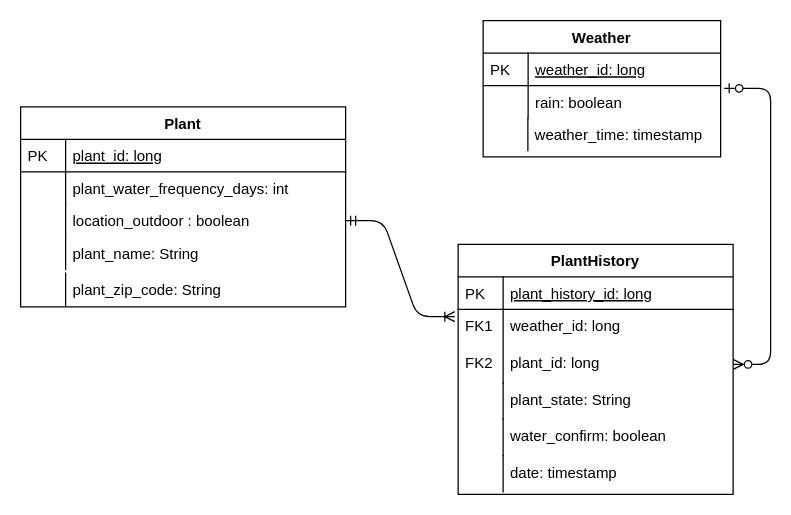
levisanchez/planta-dice keeps this draw.io diagram as docs/img/erd.drawio. Above is the earlier version. Source tidied: cells renumbered, new cells numbered last; positions are measured from the earlier drawing's top-left corner, leaving out a move shared by most shapes. Both pictures are drawn from the tidied source at 125%, with x=0, y=0 at pixel (20, 20).
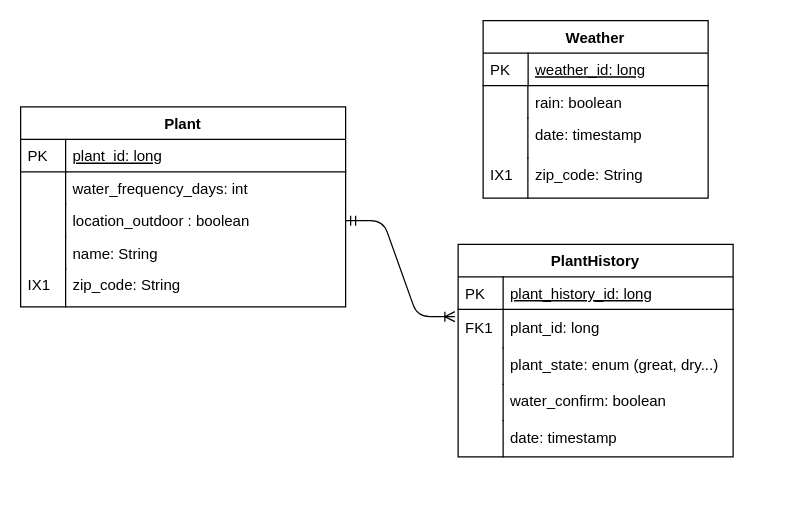
After the change.

Unchanged cells that the change refers to:
```xml
<mxCell id="17" value="Plant" style="swimlane;fontStyle=1;horizontal=1;startSize=26;rounded=0;shadow=0;strokeWidth=1;" parent="1" vertex="1">
  <mxGeometry y="69" width="260" height="160" as="geometry" />
</mxCell>
<mxCell id="22" value="location_outdoor : boolean" style="shape=partialRectangle;top=0;left=0;right=0;bottom=0;align=left;verticalAlign=top;fillColor=none;spacingLeft=40;spacingRight=4;overflow=hidden;points=[[0,0.5],[1,0.5]];portConstraint=eastwest;rounded=0;shadow=0;strokeWidth=1;" parent="17" vertex="1">
  <mxGeometry y="78" width="260" height="26" as="geometry" />
</mxCell>
```

Diff of the diagram source:
```diff
@@
-    <mxCell id="2" value="rain: boolean" style="shape=partialRectangle;top=0;left=0;right=0;bottom=0;align=left;verticalAlign=top;fillColor=none;spacingLeft=40;spacingRight=4;overflow=hidden;rounded=0;shadow=0;strokeWidth=1;" parent="1" vertex="1">
-      <mxGeometry x="370" y="52" width="160" height="26" as="geometry" />
-    </mxCell>
-    <mxCell id="3" style="shape=partialRectangle;top=0;left=0;bottom=0;fillColor=none;align=left;verticalAlign=top;spacingLeft=4;spacingRight=4;overflow=hidden;" parent="2" vertex="1">
-      <mxGeometry width="36" height="26" as="geometry" />
-    </mxCell>
-    <mxCell id="4" value="plant_zip_code: String" style="shape=partialRectangle;top=0;left=0;right=0;bottom=0;align=left;verticalAlign=top;fillColor=none;spacingLeft=40;spacingRight=4;overflow=hidden;rounded=0;shadow=0;strokeWidth=1;" parent="1" vertex="1">
-      <mxGeometry y="202" width="260" height="26" as="geometry" />
+    <mxCell id="4" value="zip_code: String" style="shape=partialRectangle;top=0;left=0;right=0;bottom=0;align=left;verticalAlign=top;fillColor=none;spacingLeft=40;spacingRight=4;overflow=hidden;rounded=0;shadow=0;strokeWidth=1;" parent="1" vertex="1">
+      <mxGeometry y="198" width="260" height="31" as="geometry" />
     </mxCell>
-    <mxCell id="5" style="shape=partialRectangle;top=0;left=0;bottom=0;fillColor=none;align=left;verticalAlign=top;spacingLeft=4;spacingRight=4;overflow=hidden;" parent="4" vertex="1">
-      <mxGeometry width="36" height="26" as="geometry" />
+    <mxCell id="5" value="IX1" style="shape=partialRectangle;top=0;left=0;bottom=0;fillColor=none;align=left;verticalAlign=top;spacingLeft=4;spacingRight=4;overflow=hidden;" parent="4" vertex="1">
+      <mxGeometry width="36" height="31" as="geometry" />
     </mxCell>
     <mxCell id="6" value="plant_id: long" style="shape=partialRectangle;top=0;left=0;right=0;bottom=0;align=left;verticalAlign=top;fillColor=none;spacingLeft=40;spacingRight=4;overflow=hidden;points=[[0,0.5],[1,0.5]];portConstraint=eastwest;rounded=0;shadow=0;strokeWidth=1;" parent="1" vertex="1">
-      <mxGeometry x="350" y="260" width="220" height="30" as="geometry" />
+      <mxGeometry x="350" y="232" width="220" height="30" as="geometry" />
     </mxCell>
-    <mxCell id="7" value="FK2" style="shape=partialRectangle;top=0;left=0;bottom=0;fillColor=none;align=left;verticalAlign=top;spacingLeft=4;spacingRight=4;overflow=hidden;" parent="6" vertex="1">
+    <mxCell id="7" value="FK1" style="shape=partialRectangle;top=0;left=0;bottom=0;fillColor=none;align=left;verticalAlign=top;spacingLeft=4;spacingRight=4;overflow=hidden;" parent="6" vertex="1">
       <mxGeometry width="36" height="30" as="geometry" />
     </mxCell>
     <mxCell id="8" value="Weather" style="swimlane;fontStyle=1;horizontal=1;startSize=26;rounded=0;shadow=0;strokeWidth=1;" parent="1" vertex="1">
-      <mxGeometry x="370" width="190" height="109" as="geometry" />
+      <mxGeometry x="370" width="180" height="142" as="geometry" />
     </mxCell>
     <mxCell id="9" value="weather_id: long" style="shape=partialRectangle;top=0;left=0;right=0;bottom=1;align=left;verticalAlign=top;fillColor=none;spacingLeft=40;spacingRight=4;overflow=hidden;points=[[0,0.5],[1,0.5]];portConstraint=eastwest;rounded=0;shadow=0;strokeWidth=1;fontStyle=4;" parent="8" vertex="1">
-      <mxGeometry y="26" width="190" height="26" as="geometry" />
+      <mxGeometry y="26" width="180" height="26" as="geometry" />
     </mxCell>
@@
+    <mxCell id="2" value="rain: boolean" style="shape=partialRectangle;top=0;left=0;right=0;bottom=0;align=left;verticalAlign=top;fillColor=none;spacingLeft=40;spacingRight=4;overflow=hidden;rounded=0;shadow=0;strokeWidth=1;" parent="8" vertex="1">
+      <mxGeometry y="52" width="180" height="26" as="geometry" />
+    </mxCell>
+    <mxCell id="3" style="shape=partialRectangle;top=0;left=0;bottom=0;fillColor=none;align=left;verticalAlign=top;spacingLeft=4;spacingRight=4;overflow=hidden;" parent="2" vertex="1">
+      <mxGeometry width="35.8" height="26" as="geometry" />
+    </mxCell>
+    <mxCell id="32" value="date: timestamp" style="shape=partialRectangle;top=0;left=0;right=0;bottom=0;align=left;verticalAlign=top;fillColor=none;spacingLeft=40;spacingRight=4;overflow=hidden;rounded=0;shadow=0;strokeWidth=1;" parent="8" vertex="1">
+      <mxGeometry y="78" width="180" height="32" as="geometry" />
+    </mxCell>
+    <mxCell id="33" style="shape=partialRectangle;top=0;left=0;bottom=0;fillColor=none;align=left;verticalAlign=top;spacingLeft=4;spacingRight=4;overflow=hidden;" parent="32" vertex="1">
+      <mxGeometry width="35.8" height="32" as="geometry" />
+    </mxCell>
+    <mxCell id="35" value="zip_code: String" style="shape=partialRectangle;top=0;left=0;right=0;bottom=0;align=left;verticalAlign=top;fillColor=none;spacingLeft=40;spacingRight=4;overflow=hidden;rounded=0;shadow=0;strokeWidth=1;" parent="8" vertex="1">
+      <mxGeometry y="110" width="180" height="32" as="geometry" />
+    </mxCell>
+    <mxCell id="36" value="IX1" style="shape=partialRectangle;top=0;left=0;bottom=0;fillColor=none;align=left;verticalAlign=top;spacingLeft=4;spacingRight=4;overflow=hidden;" parent="35" vertex="1">
+      <mxGeometry width="35.8" height="32" as="geometry" />
+    </mxCell>
-    <mxCell id="11" value="plant_state: String" style="shape=partialRectangle;top=0;left=0;right=0;bottom=0;align=left;verticalAlign=top;fillColor=none;spacingLeft=40;spacingRight=4;overflow=hidden;rounded=0;shadow=0;strokeWidth=1;" parent="1" vertex="1">
-      <mxGeometry x="350" y="290" width="220" height="29" as="geometry" />
+    <mxCell id="11" value="plant_state: enum (great, dry...)" style="shape=partialRectangle;top=0;left=0;right=0;bottom=0;align=left;verticalAlign=top;fillColor=none;spacingLeft=40;spacingRight=4;overflow=hidden;rounded=0;shadow=0;strokeWidth=1;" parent="1" vertex="1">
+      <mxGeometry x="350" y="262" width="220" height="29" as="geometry" />
     </mxCell>
@@
     <mxCell id="13" value="date: timestamp" style="shape=partialRectangle;top=0;left=0;right=0;bottom=0;align=left;verticalAlign=top;fillColor=none;spacingLeft=40;spacingRight=4;overflow=hidden;rounded=0;shadow=0;strokeWidth=1;" parent="1" vertex="1">
-      <mxGeometry x="350" y="348" width="220" height="29" as="geometry" />
+      <mxGeometry x="350" y="320" width="220" height="29" as="geometry" />
     </mxCell>
@@
     <mxCell id="15" value="water_confirm: boolean&#10;" style="shape=partialRectangle;top=0;left=0;right=0;bottom=0;align=left;verticalAlign=top;fillColor=none;spacingLeft=40;spacingRight=4;overflow=hidden;rounded=0;shadow=0;strokeWidth=1;" parent="1" vertex="1">
-      <mxGeometry x="350" y="319" width="220" height="29" as="geometry" />
+      <mxGeometry x="350" y="291" width="220" height="29" as="geometry" />
     </mxCell>
@@
-    <mxCell id="20" value="plant_water_frequency_days: int" style="shape=partialRectangle;top=0;left=0;right=0;bottom=0;align=left;verticalAlign=top;fillColor=none;spacingLeft=40;spacingRight=4;overflow=hidden;rounded=0;shadow=0;strokeWidth=1;" parent="17" vertex="1">
+    <mxCell id="20" value="water_frequency_days: int" style="shape=partialRectangle;top=0;left=0;right=0;bottom=0;align=left;verticalAlign=top;fillColor=none;spacingLeft=40;spacingRight=4;overflow=hidden;rounded=0;shadow=0;strokeWidth=1;" parent="17" vertex="1">
       <mxGeometry y="52" width="260" height="26" as="geometry" />
     </mxCell>
@@
-    <mxCell id="24" value="plant_name: String" style="shape=partialRectangle;top=0;left=0;right=0;bottom=0;align=left;verticalAlign=top;fillColor=none;spacingLeft=40;spacingRight=4;overflow=hidden;rounded=0;shadow=0;strokeWidth=1;" parent="17" vertex="1">
+    <mxCell id="24" value="name: String" style="shape=partialRectangle;top=0;left=0;right=0;bottom=0;align=left;verticalAlign=top;fillColor=none;spacingLeft=40;spacingRight=4;overflow=hidden;rounded=0;shadow=0;strokeWidth=1;" parent="17" vertex="1">
       <mxGeometry y="104" width="260" height="26" as="geometry" />
     </mxCell>
@@
     <mxCell id="26" value="PlantHistory" style="swimlane;fontStyle=1;horizontal=1;startSize=26;rounded=0;shadow=0;strokeWidth=1;" parent="1" vertex="1">
-      <mxGeometry x="350" y="179" width="220" height="200" as="geometry" />
+      <mxGeometry x="350" y="179" width="220" height="170" as="geometry" />
     </mxCell>
@@
-    <mxCell id="29" value="weather_id: long" style="shape=partialRectangle;top=0;left=0;right=0;bottom=0;align=left;verticalAlign=top;fillColor=none;spacingLeft=40;spacingRight=4;overflow=hidden;points=[[0,0.5],[1,0.5]];portConstraint=eastwest;rounded=0;shadow=0;strokeWidth=1;" parent="26" vertex="1">
-      <mxGeometry y="52" width="220" height="28" as="geometry" />
-    </mxCell>
-    <mxCell id="30" value="FK1" style="shape=partialRectangle;top=0;left=0;bottom=0;fillColor=none;align=left;verticalAlign=top;spacingLeft=4;spacingRight=4;overflow=hidden;" parent="29" vertex="1">
-      <mxGeometry width="36" height="28" as="geometry" />
-    </mxCell>
-    <mxCell id="31" style="edgeStyle=entityRelationEdgeStyle;fontSize=12;html=1;endArrow=ERoneToMany;startArrow=ERmandOne;exitX=1;exitY=0.5;exitDx=0;exitDy=0;entryX=-0.012;entryY=0.207;entryDx=0;entryDy=0;entryPerimeter=0;" parent="1" edge="1" source="22" target="29">
-      <mxGeometry relative="1" as="geometry" />
+    <mxCell id="31" style="edgeStyle=entityRelationEdgeStyle;fontSize=12;html=1;endArrow=ERoneToMany;startArrow=ERmandOne;exitX=1;exitY=0.5;exitDx=0;exitDy=0;entryX=-0.012;entryY=0.207;entryDx=0;entryDy=0;entryPerimeter=0;" parent="1" edge="1" source="22">
+      <mxGeometry relative="1" as="geometry">
+        <mxPoint x="347.4" y="236.8" as="targetPoint" />
+      </mxGeometry>
     </mxCell>
-    <mxCell id="32" value="  weather_time: timestamp" style="shape=partialRectangle;top=0;left=0;right=0;bottom=0;align=left;verticalAlign=top;fillColor=none;spacingLeft=40;spacingRight=4;overflow=hidden;rounded=0;shadow=0;strokeWidth=1;" parent="1" vertex="1">
-      <mxGeometry x="363" y="78" width="190" height="26" as="geometry" />
-    </mxCell>
-    <mxCell id="33" style="shape=partialRectangle;top=0;left=0;bottom=0;fillColor=none;align=left;verticalAlign=top;spacingLeft=4;spacingRight=4;overflow=hidden;" parent="32" vertex="1">
-      <mxGeometry width="42.8" height="26" as="geometry" />
-    </mxCell>
-    <mxCell id="34" style="edgeStyle=entityRelationEdgeStyle;fontSize=12;html=1;endArrow=ERzeroToMany;startArrow=ERzeroToOne;exitX=1.015;exitY=1.082;exitDx=0;exitDy=0;exitPerimeter=0;" parent="1" edge="1" source="9" target="6">
-      <mxGeometry relative="1" as="geometry" />
-    </mxCell>
```
